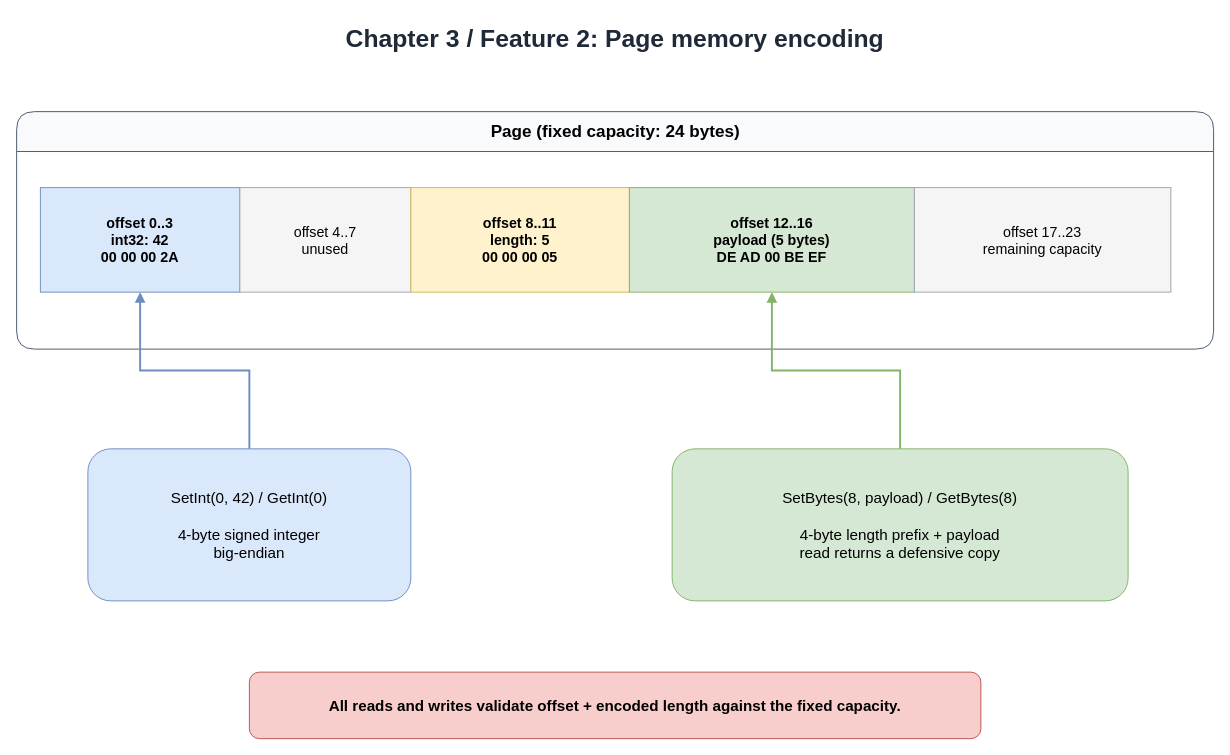
Earlier version of the draw.io diagram docs/diagrams/ch03-page-encoding.drawio (Rwatana/simledb_in_go). Source tidied: cells renumbered, new cells numbered last; positions are measured from the earlier drawing's top-left corner, leaving out a move shared by most shapes. Both pictures are drawn from the tidied source at 95%, with x=0, y=0 at pixel (16, 16).
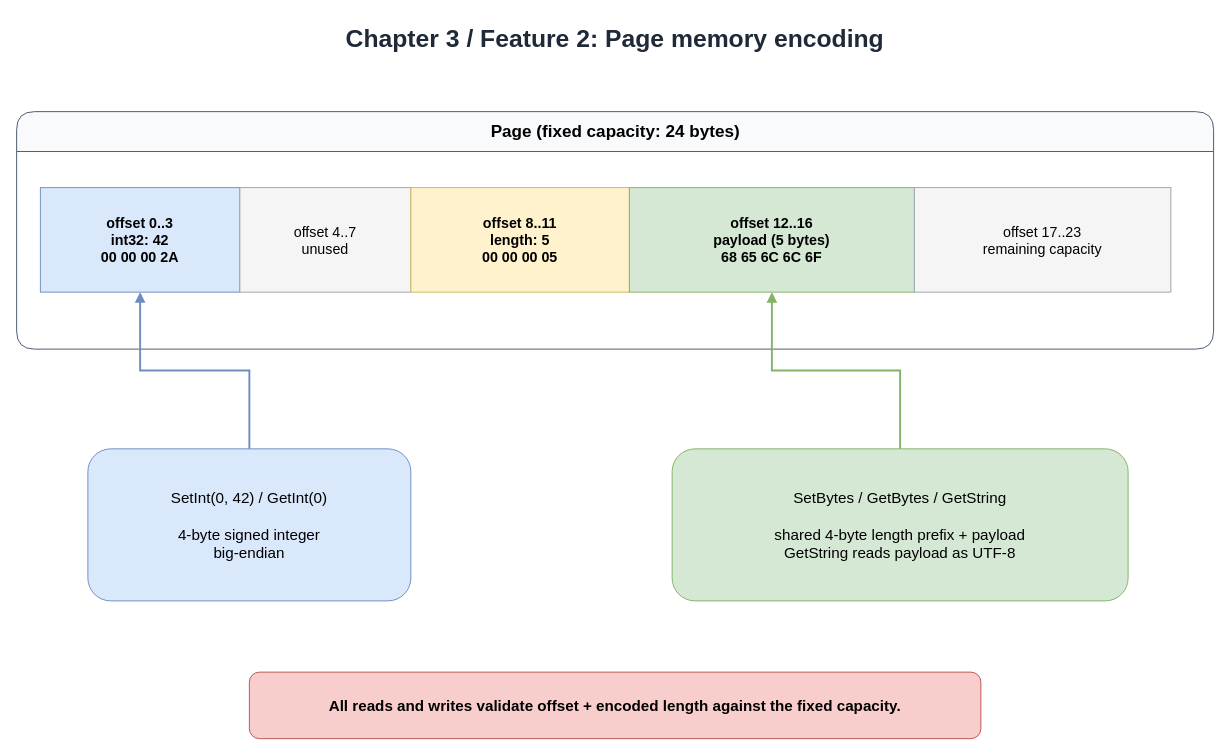
The same page after the edit.

Commit message (it also covers changes not shown here):
feat: read length-prefixed strings from storage pages (#1193)

Diff of the diagram source:
```diff
@@
 <mxGraphModel>
   <root>
     <mxCell id="0" />
     <mxCell id="1" parent="0" />
     <mxCell id="2" value="Chapter 3 / Feature 2: Page memory encoding" style="text;html=1;strokeColor=none;fillColor=none;align=center;verticalAlign=middle;whiteSpace=wrap;fontSize=26;fontStyle=1;fontColor=#1f2937;" parent="1" vertex="1">
       <mxGeometry x="270" width="720" height="45" as="geometry" />
     </mxCell>
     <mxCell id="3" value="Page (fixed capacity: 24 bytes)" style="swimlane;html=1;startSize=42;rounded=1;fillColor=#f8fafc;strokeColor=#475569;fontStyle=1;fontSize=18;" parent="1" vertex="1">
       <mxGeometry y="100" width="1260" height="250" as="geometry" />
     </mxCell>
     <mxCell id="4" value="offset 0..3&#10;int32: 42&#10;00 00 00 2A" style="rounded=0;whiteSpace=wrap;html=1;fillColor=#dae8fc;strokeColor=#6c8ebf;fontSize=15;fontStyle=1;" parent="3" vertex="1">
       <mxGeometry x="25" y="80" width="210" height="110" as="geometry" />
     </mxCell>
     <mxCell id="5" value="offset 4..7&#10;unused" style="rounded=0;whiteSpace=wrap;html=1;fillColor=#f5f5f5;strokeColor=#9ca3af;fontSize=15;" parent="3" vertex="1">
       <mxGeometry x="235" y="80" width="180" height="110" as="geometry" />
     </mxCell>
     <mxCell id="6" value="offset 8..11&#10;length: 5&#10;00 00 00 05" style="rounded=0;whiteSpace=wrap;html=1;fillColor=#fff2cc;strokeColor=#d6b656;fontSize=15;fontStyle=1;" parent="3" vertex="1">
       <mxGeometry x="415" y="80" width="230" height="110" as="geometry" />
     </mxCell>
-    <mxCell id="7" value="offset 12..16&#10;payload (5 bytes)&#10;DE AD 00 BE EF" style="rounded=0;whiteSpace=wrap;html=1;fillColor=#d5e8d4;strokeColor=#82b366;fontSize=15;fontStyle=1;" parent="3" vertex="1">
+    <mxCell id="7" value="offset 12..16&#10;payload (5 bytes)&#10;68 65 6C 6C 6F" style="rounded=0;whiteSpace=wrap;html=1;fillColor=#d5e8d4;strokeColor=#82b366;fontSize=15;fontStyle=1;" parent="3" vertex="1">
       <mxGeometry x="645" y="80" width="300" height="110" as="geometry" />
     </mxCell>
     <mxCell id="8" value="offset 17..23&#10;remaining capacity" style="rounded=0;whiteSpace=wrap;html=1;fillColor=#f5f5f5;strokeColor=#9ca3af;fontSize=15;" parent="3" vertex="1">
       <mxGeometry x="945" y="80" width="270" height="110" as="geometry" />
     </mxCell>
     <mxCell id="9" value="SetInt(0, 42) / GetInt(0)&#10;&#10;4-byte signed integer&#10;big-endian" style="rounded=1;whiteSpace=wrap;html=1;fillColor=#dae8fc;strokeColor=#6c8ebf;fontSize=16;" parent="1" vertex="1">
       <mxGeometry x="75" y="455" width="340" height="160" as="geometry" />
     </mxCell>
-    <mxCell id="10" value="SetBytes(8, payload) / GetBytes(8)&#10;&#10;4-byte length prefix + payload&#10;read returns a defensive copy" style="rounded=1;whiteSpace=wrap;html=1;fillColor=#d5e8d4;strokeColor=#82b366;fontSize=16;" parent="1" vertex="1">
+    <mxCell id="10" value="SetBytes / GetBytes / GetString&#10;&#10;shared 4-byte length prefix + payload&#10;GetString reads payload as UTF-8" style="rounded=1;whiteSpace=wrap;html=1;fillColor=#d5e8d4;strokeColor=#82b366;fontSize=16;" parent="1" vertex="1">
       <mxGeometry x="690" y="455" width="480" height="160" as="geometry" />
     </mxCell>
     <mxCell id="11" style="edgeStyle=orthogonalEdgeStyle;rounded=0;html=1;endArrow=block;endFill=1;strokeWidth=2;strokeColor=#6c8ebf;" parent="1" edge="1" source="9" target="4">
       <mxGeometry relative="1" as="geometry" />
     </mxCell>
     <mxCell id="12" style="edgeStyle=orthogonalEdgeStyle;rounded=0;html=1;endArrow=block;endFill=1;strokeWidth=2;strokeColor=#82b366;" parent="1" edge="1" source="10" target="7">
       <mxGeometry relative="1" as="geometry" />
     </mxCell>
     <mxCell id="13" value="All reads and writes validate offset + encoded length against the fixed capacity." style="rounded=1;whiteSpace=wrap;html=1;fillColor=#f8cecc;strokeColor=#b85450;fontSize=16;fontStyle=1;" parent="1" vertex="1">
       <mxGeometry x="245" y="690" width="770" height="70" as="geometry" />
     </mxCell>
   </root>
 </mxGraphModel>
```
